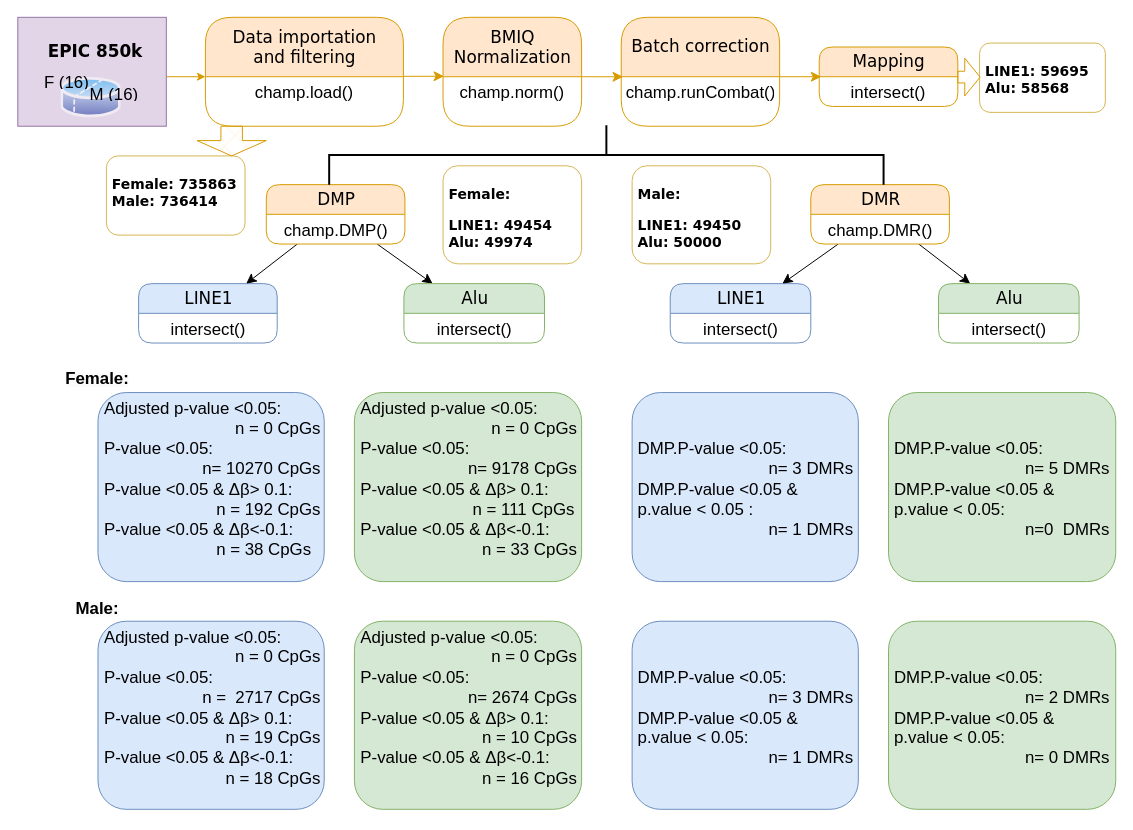
Before: LBP.drawio in mwLuan/image_storage, a draw.io diagram. Source tidied: cells renumbered, new cells numbered last; positions are measured from the earlier drawing's top-left corner, leaving out a move shared by most shapes. Both pictures are drawn from the tidied source at 99%, with x=0, y=0 at pixel (17, -123).
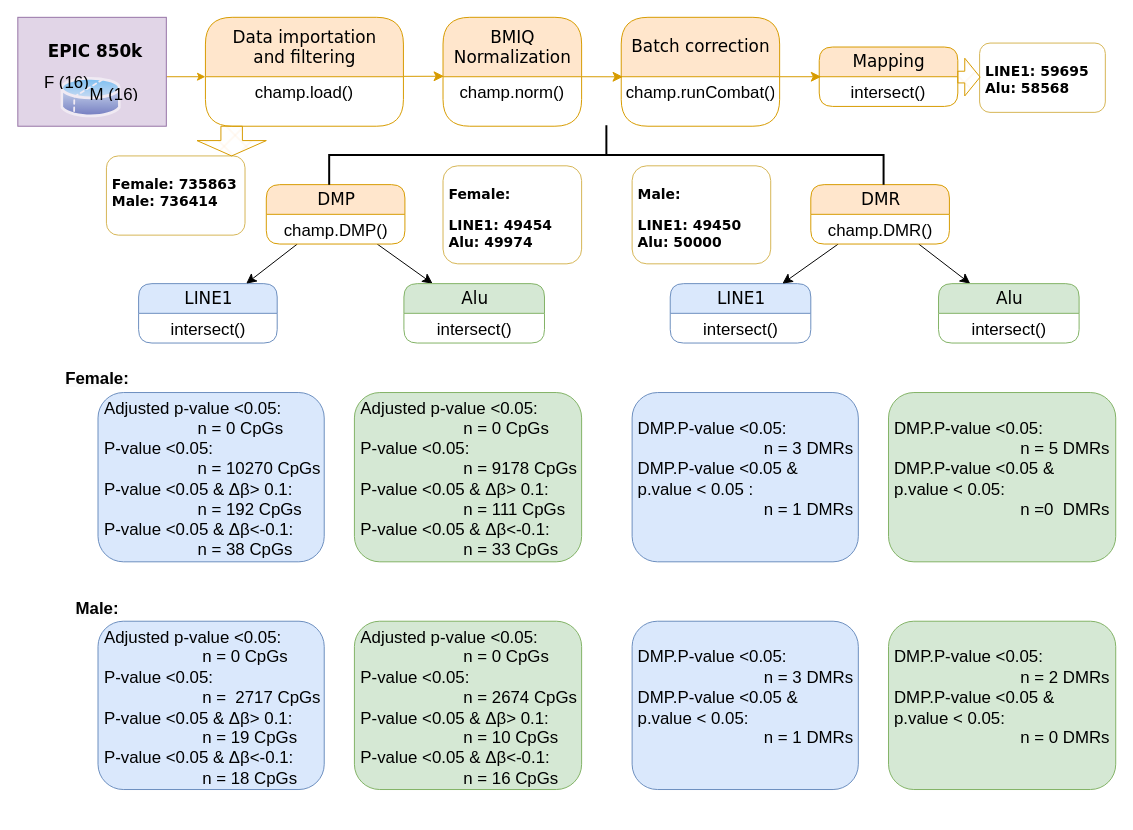
The same diagram, later.

Change to the diagram source:
```diff
@@
-    <mxCell id="27" value="&lt;font style=&quot;font-size: 17px;&quot;&gt;Adjusted p-value &amp;lt;0.05: &lt;br&gt;&amp;nbsp; &amp;nbsp; &amp;nbsp; &amp;nbsp; &amp;nbsp; &amp;nbsp; &amp;nbsp; &amp;nbsp; &amp;nbsp; &amp;nbsp; &amp;nbsp; &amp;nbsp; &amp;nbsp; &amp;nbsp; n = 0 CpGs &lt;br&gt;P-value &amp;lt;0.05: &lt;br&gt;&amp;nbsp; &amp;nbsp; &amp;nbsp; &amp;nbsp; &amp;nbsp; &amp;nbsp; &amp;nbsp; &amp;nbsp; &amp;nbsp; &amp;nbsp; &amp;nbsp;n= 10270 CpGs&lt;br&gt;P-value &amp;lt;0.05 &amp;amp; Δβ&amp;gt; 0.1:&lt;br&gt;&amp;nbsp; &amp;nbsp; &amp;nbsp; &amp;nbsp; &amp;nbsp; &amp;nbsp; &amp;nbsp; &amp;nbsp; &amp;nbsp; &amp;nbsp; &amp;nbsp; &amp;nbsp; n = 192 CpGs&lt;br&gt;P-value &amp;lt;0.05 &amp;amp; Δβ&amp;lt;-0.1: &lt;br&gt;&amp;nbsp; &amp;nbsp; &amp;nbsp; &amp;nbsp; &amp;nbsp; &amp;nbsp; &amp;nbsp; &amp;nbsp; &amp;nbsp; &amp;nbsp; &amp;nbsp; &amp;nbsp; n = 38 CpGs&lt;/font&gt;" style="text;html=1;spacingLeft=4;spacingRight=4;whiteSpace=wrap;overflow=hidden;align=left;rounded=1;fillColor=#dae8fc;strokeColor=#6c8ebf;" parent="1" vertex="1">
-      <mxGeometry x="81.5" y="520" width="228.5" height="191" as="geometry" />
+    <mxCell id="27" value="&lt;font style=&quot;font-size: 17px;&quot;&gt;Adjusted p-value &amp;lt;0.05: &lt;br&gt;&amp;nbsp; &amp;nbsp; &amp;nbsp; &amp;nbsp; &amp;nbsp; &amp;nbsp; &amp;nbsp; &amp;nbsp; &amp;nbsp; &amp;nbsp; n = 0 CpGs &lt;br&gt;P-value &amp;lt;0.05: &lt;br&gt;&amp;nbsp; &amp;nbsp; &amp;nbsp; &amp;nbsp; &amp;nbsp; &amp;nbsp; &amp;nbsp; &amp;nbsp; &amp;nbsp; &amp;nbsp; n = 10270 CpGs&lt;br&gt;P-value &amp;lt;0.05 &amp;amp; Δβ&amp;gt; 0.1:&lt;br&gt;&amp;nbsp; &amp;nbsp; &amp;nbsp; &amp;nbsp; &amp;nbsp; &amp;nbsp; &amp;nbsp; &amp;nbsp; &amp;nbsp; &amp;nbsp; n = 192 CpGs&lt;br&gt;P-value &amp;lt;0.05 &amp;amp; Δβ&amp;lt;-0.1: &lt;br&gt;&amp;nbsp; &amp;nbsp; &amp;nbsp; &amp;nbsp; &amp;nbsp; &amp;nbsp; &amp;nbsp; &amp;nbsp; &amp;nbsp; &amp;nbsp; n = 38 CpGs&lt;/font&gt;" style="text;html=1;spacingLeft=4;spacingRight=4;whiteSpace=wrap;overflow=hidden;align=left;rounded=1;fillColor=#dae8fc;strokeColor=#6c8ebf;" parent="1" vertex="1">
+      <mxGeometry x="81.5" y="520" width="228.5" height="171" as="geometry" />
     </mxCell>
@@
-    <mxCell id="30" value="&lt;font style=&quot;font-size: 17px;&quot;&gt;Adjusted p-value &amp;lt;0.05: &lt;br&gt;&amp;nbsp; &amp;nbsp; &amp;nbsp; &amp;nbsp; &amp;nbsp; &amp;nbsp; &amp;nbsp; &amp;nbsp; &amp;nbsp; &amp;nbsp; &amp;nbsp; &amp;nbsp; &amp;nbsp; &amp;nbsp; n = 0 CpGs &lt;br&gt;P-value &amp;lt;0.05: &lt;br&gt;&amp;nbsp; &amp;nbsp; &amp;nbsp; &amp;nbsp; &amp;nbsp; &amp;nbsp; &amp;nbsp; &amp;nbsp; &amp;nbsp; &amp;nbsp; &amp;nbsp; &amp;nbsp;n= 9178 CpGs&lt;br&gt;P-value &amp;lt;0.05 &amp;amp; Δβ&amp;gt; 0.1:&lt;br&gt;&amp;nbsp; &amp;nbsp; &amp;nbsp; &amp;nbsp; &amp;nbsp; &amp;nbsp; &amp;nbsp; &amp;nbsp; &amp;nbsp; &amp;nbsp; &amp;nbsp; &amp;nbsp; n = 111 CpGs&lt;br&gt;P-value &amp;lt;0.05 &amp;amp; Δβ&amp;lt;-0.1: &lt;br&gt;&amp;nbsp; &amp;nbsp; &amp;nbsp; &amp;nbsp; &amp;nbsp; &amp;nbsp; &amp;nbsp; &amp;nbsp; &amp;nbsp; &amp;nbsp; &amp;nbsp; &amp;nbsp; &amp;nbsp; n = 33 CpGs&lt;/font&gt;" style="text;html=1;spacingLeft=4;spacingRight=4;whiteSpace=wrap;overflow=hidden;align=left;rounded=1;fillColor=#d5e8d4;strokeColor=#82b366;" parent="1" vertex="1">
-      <mxGeometry x="340.5" y="520" width="229.5" height="191" as="geometry" />
+    <mxCell id="30" value="&lt;font style=&quot;font-size: 17px;&quot;&gt;Adjusted p-value &amp;lt;0.05: &lt;br&gt;&amp;nbsp; &amp;nbsp; &amp;nbsp; &amp;nbsp; &amp;nbsp; &amp;nbsp; &amp;nbsp; &amp;nbsp; &amp;nbsp; &amp;nbsp; &amp;nbsp; n = 0 CpGs &lt;br&gt;P-value &amp;lt;0.05: &lt;br&gt;&amp;nbsp; &amp;nbsp; &amp;nbsp; &amp;nbsp; &amp;nbsp; &amp;nbsp; &amp;nbsp; &amp;nbsp; &amp;nbsp; &amp;nbsp; &amp;nbsp; n = 9178 CpGs&lt;br&gt;P-value &amp;lt;0.05 &amp;amp; Δβ&amp;gt; 0.1:&lt;br&gt;&amp;nbsp; &amp;nbsp; &amp;nbsp; &amp;nbsp; &amp;nbsp; &amp;nbsp; &amp;nbsp; &amp;nbsp; &amp;nbsp; &amp;nbsp; &amp;nbsp; n = 111 CpGs&lt;br&gt;P-value &amp;lt;0.05 &amp;amp; Δβ&amp;lt;-0.1: &lt;br&gt;&amp;nbsp; &amp;nbsp; &amp;nbsp; &amp;nbsp; &amp;nbsp; &amp;nbsp; &amp;nbsp; &amp;nbsp; &amp;nbsp; &amp;nbsp; &amp;nbsp; n = 33 CpGs&lt;/font&gt;" style="text;html=1;spacingLeft=4;spacingRight=4;whiteSpace=wrap;overflow=hidden;align=left;rounded=1;fillColor=#d5e8d4;strokeColor=#82b366;" parent="1" vertex="1">
+      <mxGeometry x="340.5" y="520" width="229.5" height="171" as="geometry" />
     </mxCell>
@@
-    <mxCell id="38" value="&lt;font style=&quot;font-size: 17px;&quot;&gt;Adjusted p-value &amp;lt;0.05: &lt;br&gt;&amp;nbsp; &amp;nbsp; &amp;nbsp; &amp;nbsp; &amp;nbsp; &amp;nbsp; &amp;nbsp; &amp;nbsp; &amp;nbsp; &amp;nbsp; &amp;nbsp; &amp;nbsp; &amp;nbsp; &amp;nbsp; n = 0 CpGs &lt;br&gt;P-value &amp;lt;0.05: &lt;br&gt;&amp;nbsp; &amp;nbsp; &amp;nbsp; &amp;nbsp; &amp;nbsp; &amp;nbsp; &amp;nbsp; &amp;nbsp; &amp;nbsp; &amp;nbsp; &amp;nbsp;n =&amp;nbsp; 2717 CpGs&lt;br&gt;P-value &amp;lt;0.05 &amp;amp; Δβ&amp;gt; 0.1:&lt;br&gt;&amp;nbsp; &amp;nbsp; &amp;nbsp; &amp;nbsp; &amp;nbsp; &amp;nbsp; &amp;nbsp; &amp;nbsp; &amp;nbsp; &amp;nbsp; &amp;nbsp; &amp;nbsp; &amp;nbsp; n = 19 CpGs&lt;br&gt;P-value &amp;lt;0.05 &amp;amp; Δβ&amp;lt;-0.1: &lt;br&gt;&amp;nbsp; &amp;nbsp; &amp;nbsp; &amp;nbsp; &amp;nbsp; &amp;nbsp; &amp;nbsp; &amp;nbsp; &amp;nbsp; &amp;nbsp; &amp;nbsp; &amp;nbsp; &amp;nbsp; n = 18 CpGs&lt;/font&gt;" style="text;html=1;spacingLeft=4;spacingRight=4;whiteSpace=wrap;overflow=hidden;align=left;rounded=1;fillColor=#dae8fc;strokeColor=#6c8ebf;" parent="1" vertex="1">
-      <mxGeometry x="81.5" y="751" width="228.5" height="190" as="geometry" />
+    <mxCell id="38" value="&lt;font style=&quot;font-size: 17px;&quot;&gt;Adjusted p-value &amp;lt;0.05: &lt;br&gt;&amp;nbsp; &amp;nbsp; &amp;nbsp; &amp;nbsp; &amp;nbsp; &amp;nbsp; &amp;nbsp; &amp;nbsp; &amp;nbsp; &amp;nbsp; &amp;nbsp;n = 0 CpGs &lt;br&gt;P-value &amp;lt;0.05: &lt;br&gt;&amp;nbsp; &amp;nbsp; &amp;nbsp; &amp;nbsp; &amp;nbsp; &amp;nbsp; &amp;nbsp; &amp;nbsp; &amp;nbsp; &amp;nbsp; &amp;nbsp;n =&amp;nbsp; 2717 CpGs&lt;br&gt;P-value &amp;lt;0.05 &amp;amp; Δβ&amp;gt; 0.1:&lt;br&gt;&amp;nbsp; &amp;nbsp; &amp;nbsp; &amp;nbsp; &amp;nbsp; &amp;nbsp; &amp;nbsp; &amp;nbsp; &amp;nbsp; &amp;nbsp; &amp;nbsp;n = 19 CpGs&lt;br&gt;P-value &amp;lt;0.05 &amp;amp; Δβ&amp;lt;-0.1: &lt;br&gt;&amp;nbsp; &amp;nbsp; &amp;nbsp; &amp;nbsp; &amp;nbsp; &amp;nbsp; &amp;nbsp; &amp;nbsp; &amp;nbsp; &amp;nbsp; &amp;nbsp;n = 18 CpGs&lt;/font&gt;" style="text;html=1;spacingLeft=4;spacingRight=4;whiteSpace=wrap;overflow=hidden;align=left;rounded=1;fillColor=#dae8fc;strokeColor=#6c8ebf;" parent="1" vertex="1">
+      <mxGeometry x="81.5" y="751" width="228.5" height="170" as="geometry" />
     </mxCell>
-    <mxCell id="39" value="&lt;font style=&quot;font-size: 17px;&quot;&gt;Adjusted p-value &amp;lt;0.05: &lt;br&gt;&amp;nbsp; &amp;nbsp; &amp;nbsp; &amp;nbsp; &amp;nbsp; &amp;nbsp; &amp;nbsp; &amp;nbsp; &amp;nbsp; &amp;nbsp; &amp;nbsp; &amp;nbsp; &amp;nbsp; &amp;nbsp; n = 0 CpGs &lt;br&gt;P-value &amp;lt;0.05: &lt;br&gt;&amp;nbsp; &amp;nbsp; &amp;nbsp; &amp;nbsp; &amp;nbsp; &amp;nbsp; &amp;nbsp; &amp;nbsp; &amp;nbsp; &amp;nbsp; &amp;nbsp; &amp;nbsp;n= 2674 CpGs&lt;br&gt;P-value &amp;lt;0.05 &amp;amp; Δβ&amp;gt; 0.1:&lt;br&gt;&amp;nbsp; &amp;nbsp; &amp;nbsp; &amp;nbsp; &amp;nbsp; &amp;nbsp; &amp;nbsp; &amp;nbsp; &amp;nbsp; &amp;nbsp; &amp;nbsp; &amp;nbsp; &amp;nbsp; n = 10 CpGs&lt;br&gt;P-value &amp;lt;0.05 &amp;amp; Δβ&amp;lt;-0.1: &lt;br&gt;&amp;nbsp; &amp;nbsp; &amp;nbsp; &amp;nbsp; &amp;nbsp; &amp;nbsp; &amp;nbsp; &amp;nbsp; &amp;nbsp; &amp;nbsp; &amp;nbsp; &amp;nbsp; &amp;nbsp; n = 16 CpGs&lt;/font&gt;" style="text;html=1;spacingLeft=4;spacingRight=4;whiteSpace=wrap;overflow=hidden;align=left;rounded=1;fillColor=#d5e8d4;strokeColor=#82b366;" parent="1" vertex="1">
-      <mxGeometry x="340.5" y="751" width="229.5" height="190" as="geometry" />
+    <mxCell id="39" value="&lt;font style=&quot;font-size: 17px;&quot;&gt;Adjusted p-value &amp;lt;0.05: &lt;br&gt;&amp;nbsp; &amp;nbsp; &amp;nbsp; &amp;nbsp; &amp;nbsp; &amp;nbsp; &amp;nbsp; &amp;nbsp; &amp;nbsp; &amp;nbsp; &amp;nbsp; n = 0 CpGs &lt;br&gt;P-value &amp;lt;0.05: &lt;br&gt;&amp;nbsp; &amp;nbsp; &amp;nbsp; &amp;nbsp; &amp;nbsp; &amp;nbsp; &amp;nbsp; &amp;nbsp; &amp;nbsp; &amp;nbsp; &amp;nbsp; n = 2674 CpGs&lt;br&gt;P-value &amp;lt;0.05 &amp;amp; Δβ&amp;gt; 0.1:&lt;br&gt;&amp;nbsp; &amp;nbsp; &amp;nbsp; &amp;nbsp; &amp;nbsp; &amp;nbsp; &amp;nbsp; &amp;nbsp; &amp;nbsp; &amp;nbsp; &amp;nbsp; n = 10 CpGs&lt;br&gt;P-value &amp;lt;0.05 &amp;amp; Δβ&amp;lt;-0.1: &lt;br&gt;&amp;nbsp; &amp;nbsp; &amp;nbsp; &amp;nbsp; &amp;nbsp; &amp;nbsp; &amp;nbsp; &amp;nbsp; &amp;nbsp; &amp;nbsp; &amp;nbsp; n = 16 CpGs&lt;/font&gt;" style="text;html=1;spacingLeft=4;spacingRight=4;whiteSpace=wrap;overflow=hidden;align=left;rounded=1;fillColor=#d5e8d4;strokeColor=#82b366;" parent="1" vertex="1">
+      <mxGeometry x="340.5" y="751" width="229.5" height="170" as="geometry" />
     </mxCell>
-    <mxCell id="40" value="&lt;font style=&quot;font-size: 17px;&quot;&gt;&lt;br&gt;&lt;br&gt;DMP.P-value &amp;lt;0.05: &lt;br&gt;&amp;nbsp; &amp;nbsp; &amp;nbsp; &amp;nbsp; &amp;nbsp; &amp;nbsp; &amp;nbsp; &amp;nbsp; &amp;nbsp; &amp;nbsp; &amp;nbsp; &amp;nbsp; &amp;nbsp; &amp;nbsp; n= 3 DMRs&lt;br&gt;DMP.P-value &amp;lt;0.05 &amp;amp; p.value &amp;lt; 0.05&amp;nbsp;:&amp;nbsp; &amp;nbsp; &amp;nbsp; &amp;nbsp; &amp;nbsp; &amp;nbsp; &amp;nbsp; &amp;nbsp; &amp;nbsp; &amp;nbsp; &amp;nbsp; &amp;nbsp; &amp;nbsp; &amp;nbsp; &amp;nbsp; &amp;nbsp; &amp;nbsp; &amp;nbsp; &amp;nbsp; &amp;nbsp; &amp;nbsp; &amp;nbsp; &amp;nbsp; &amp;nbsp; &amp;nbsp; n= 1 DMRs&lt;/font&gt;" style="text;html=1;spacingLeft=4;spacingRight=4;whiteSpace=wrap;overflow=hidden;align=left;rounded=1;fillColor=#dae8fc;strokeColor=#6c8ebf;" parent="1" vertex="1">
-      <mxGeometry x="621" y="520" width="228.5" height="191" as="geometry" />
+    <mxCell id="40" value="&lt;font style=&quot;font-size: 17px;&quot;&gt;&lt;br&gt;DMP.P-value &amp;lt;0.05: &lt;br&gt;&amp;nbsp; &amp;nbsp; &amp;nbsp; &amp;nbsp; &amp;nbsp; &amp;nbsp; &amp;nbsp; &amp;nbsp; &amp;nbsp; &amp;nbsp; &amp;nbsp; &amp;nbsp; &amp;nbsp; &amp;nbsp;n = 3 DMRs&lt;br&gt;DMP.P-value &amp;lt;0.05 &amp;amp; p.value &amp;lt; 0.05&amp;nbsp;:&amp;nbsp; &amp;nbsp; &amp;nbsp; &amp;nbsp; &amp;nbsp; &amp;nbsp; &amp;nbsp; &amp;nbsp; &amp;nbsp; &amp;nbsp; &amp;nbsp; &amp;nbsp; &amp;nbsp; &amp;nbsp; &amp;nbsp; &amp;nbsp; &amp;nbsp; &amp;nbsp; &amp;nbsp; &amp;nbsp; &amp;nbsp; &amp;nbsp; &amp;nbsp; &amp;nbsp; &amp;nbsp;n = 1 DMRs&lt;/font&gt;" style="text;html=1;spacingLeft=4;spacingRight=4;whiteSpace=wrap;overflow=hidden;align=left;rounded=1;fillColor=#dae8fc;strokeColor=#6c8ebf;" parent="1" vertex="1">
+      <mxGeometry x="621" y="520" width="228.5" height="171" as="geometry" />
     </mxCell>
-    <mxCell id="41" value="&lt;font style=&quot;font-size: 17px;&quot;&gt;&lt;br&gt;&lt;br&gt;DMP.P-value &amp;lt;0.05: &lt;br&gt;&amp;nbsp; &amp;nbsp; &amp;nbsp; &amp;nbsp; &amp;nbsp; &amp;nbsp; &amp;nbsp; &amp;nbsp; &amp;nbsp; &amp;nbsp; &amp;nbsp; &amp;nbsp; &amp;nbsp; &amp;nbsp; n= 5 DMRs&lt;br style=&quot;border-color: var(--border-color);&quot;&gt;DMP.P-value &amp;lt;0.05 &amp;amp; p.value &amp;lt; 0.05:&amp;nbsp; &amp;nbsp; &amp;nbsp; &amp;nbsp; &amp;nbsp; &amp;nbsp; &amp;nbsp; &amp;nbsp; &amp;nbsp; &amp;nbsp; &amp;nbsp; &amp;nbsp; &amp;nbsp; &amp;nbsp; &amp;nbsp; &amp;nbsp; &amp;nbsp; &amp;nbsp; &amp;nbsp; &amp;nbsp; &amp;nbsp; &amp;nbsp; &amp;nbsp; &amp;nbsp; &amp;nbsp; n=0&amp;nbsp; DMRs&lt;/font&gt;" style="text;html=1;spacingLeft=4;spacingRight=4;whiteSpace=wrap;overflow=hidden;align=left;rounded=1;fillColor=#d5e8d4;strokeColor=#82b366;" parent="1" vertex="1">
-      <mxGeometry x="880" y="520" width="229.5" height="191" as="geometry" />
+    <mxCell id="41" value="&lt;font style=&quot;font-size: 17px;&quot;&gt;&lt;br&gt;DMP.P-value &amp;lt;0.05: &lt;br&gt;&amp;nbsp; &amp;nbsp; &amp;nbsp; &amp;nbsp; &amp;nbsp; &amp;nbsp; &amp;nbsp; &amp;nbsp; &amp;nbsp; &amp;nbsp; &amp;nbsp; &amp;nbsp; &amp;nbsp; &amp;nbsp;n = 5 DMRs&lt;br style=&quot;border-color: var(--border-color);&quot;&gt;DMP.P-value &amp;lt;0.05 &amp;amp; p.value &amp;lt; 0.05:&amp;nbsp; &amp;nbsp; &amp;nbsp; &amp;nbsp; &amp;nbsp; &amp;nbsp; &amp;nbsp; &amp;nbsp; &amp;nbsp; &amp;nbsp; &amp;nbsp; &amp;nbsp; &amp;nbsp; &amp;nbsp; &amp;nbsp; &amp;nbsp; &amp;nbsp; &amp;nbsp; &amp;nbsp; &amp;nbsp; &amp;nbsp; &amp;nbsp; &amp;nbsp; &amp;nbsp; &amp;nbsp;n =0&amp;nbsp; DMRs&lt;/font&gt;" style="text;html=1;spacingLeft=4;spacingRight=4;whiteSpace=wrap;overflow=hidden;align=left;rounded=1;fillColor=#d5e8d4;strokeColor=#82b366;" parent="1" vertex="1">
+      <mxGeometry x="880" y="520" width="229.5" height="171" as="geometry" />
     </mxCell>
-    <mxCell id="42" value="&lt;font style=&quot;font-size: 17px;&quot;&gt;&lt;br&gt;&lt;br&gt;DMP.P-value &amp;lt;0.05: &lt;br&gt;&amp;nbsp; &amp;nbsp; &amp;nbsp; &amp;nbsp; &amp;nbsp; &amp;nbsp; &amp;nbsp; &amp;nbsp; &amp;nbsp; &amp;nbsp; &amp;nbsp; &amp;nbsp; &amp;nbsp; &amp;nbsp; n= 3 DMRs&lt;br style=&quot;border-color: var(--border-color);&quot;&gt;DMP.P-value &amp;lt;0.05 &amp;amp; p.value &amp;lt; 0.05: &lt;br&gt;&amp;nbsp; &amp;nbsp; &amp;nbsp; &amp;nbsp; &amp;nbsp; &amp;nbsp; &amp;nbsp; &amp;nbsp; &amp;nbsp; &amp;nbsp; &amp;nbsp; &amp;nbsp; &amp;nbsp; &amp;nbsp; n= 1 DMRs&lt;/font&gt;" style="text;html=1;spacingLeft=4;spacingRight=4;whiteSpace=wrap;overflow=hidden;align=left;rounded=1;fillColor=#dae8fc;strokeColor=#6c8ebf;" parent="1" vertex="1">
-      <mxGeometry x="621" y="751" width="228.5" height="190" as="geometry" />
+    <mxCell id="42" value="&lt;font style=&quot;font-size: 17px;&quot;&gt;&lt;br&gt;DMP.P-value &amp;lt;0.05: &lt;br&gt;&amp;nbsp; &amp;nbsp; &amp;nbsp; &amp;nbsp; &amp;nbsp; &amp;nbsp; &amp;nbsp; &amp;nbsp; &amp;nbsp; &amp;nbsp; &amp;nbsp; &amp;nbsp; &amp;nbsp; &amp;nbsp;n = 3 DMRs&lt;br style=&quot;border-color: var(--border-color);&quot;&gt;DMP.P-value &amp;lt;0.05 &amp;amp; p.value &amp;lt; 0.05: &lt;br&gt;&amp;nbsp; &amp;nbsp; &amp;nbsp; &amp;nbsp; &amp;nbsp; &amp;nbsp; &amp;nbsp; &amp;nbsp; &amp;nbsp; &amp;nbsp; &amp;nbsp; &amp;nbsp; &amp;nbsp; &amp;nbsp;n = 1 DMRs&lt;/font&gt;" style="text;html=1;spacingLeft=4;spacingRight=4;whiteSpace=wrap;overflow=hidden;align=left;rounded=1;fillColor=#dae8fc;strokeColor=#6c8ebf;" parent="1" vertex="1">
+      <mxGeometry x="621" y="751" width="228.5" height="170" as="geometry" />
     </mxCell>
-    <mxCell id="43" value="&lt;font style=&quot;font-size: 17px;&quot;&gt;&lt;br&gt;&lt;br&gt;DMP.P-value &amp;lt;0.05: &lt;br&gt;&amp;nbsp; &amp;nbsp; &amp;nbsp; &amp;nbsp; &amp;nbsp; &amp;nbsp; &amp;nbsp; &amp;nbsp; &amp;nbsp; &amp;nbsp; &amp;nbsp; &amp;nbsp; &amp;nbsp; &amp;nbsp; n= 2 DMRs&lt;br style=&quot;border-color: var(--border-color);&quot;&gt;DMP.P-value &amp;lt;0.05 &amp;amp; p.value &amp;lt; 0.05: &lt;br&gt;&amp;nbsp; &amp;nbsp; &amp;nbsp; &amp;nbsp; &amp;nbsp; &amp;nbsp; &amp;nbsp; &amp;nbsp; &amp;nbsp; &amp;nbsp; &amp;nbsp; &amp;nbsp; &amp;nbsp; &amp;nbsp; n= 0 DMRs&lt;/font&gt;" style="text;html=1;spacingLeft=4;spacingRight=4;whiteSpace=wrap;overflow=hidden;align=left;rounded=1;fillColor=#d5e8d4;strokeColor=#82b366;" parent="1" vertex="1">
-      <mxGeometry x="880" y="751" width="229.5" height="190" as="geometry" />
+    <mxCell id="43" value="&lt;font style=&quot;font-size: 17px;&quot;&gt;&lt;br&gt;DMP.P-value &amp;lt;0.05: &lt;br&gt;&amp;nbsp; &amp;nbsp; &amp;nbsp; &amp;nbsp; &amp;nbsp; &amp;nbsp; &amp;nbsp; &amp;nbsp; &amp;nbsp; &amp;nbsp; &amp;nbsp; &amp;nbsp; &amp;nbsp; &amp;nbsp;n = 2 DMRs&lt;br style=&quot;border-color: var(--border-color);&quot;&gt;DMP.P-value &amp;lt;0.05 &amp;amp; p.value &amp;lt; 0.05: &lt;br&gt;&amp;nbsp; &amp;nbsp; &amp;nbsp; &amp;nbsp; &amp;nbsp; &amp;nbsp; &amp;nbsp; &amp;nbsp; &amp;nbsp; &amp;nbsp; &amp;nbsp; &amp;nbsp; &amp;nbsp; &amp;nbsp;n = 0 DMRs&lt;/font&gt;" style="text;html=1;spacingLeft=4;spacingRight=4;whiteSpace=wrap;overflow=hidden;align=left;rounded=1;fillColor=#d5e8d4;strokeColor=#82b366;" parent="1" vertex="1">
+      <mxGeometry x="880" y="751" width="229.5" height="170" as="geometry" />
     </mxCell>
```
